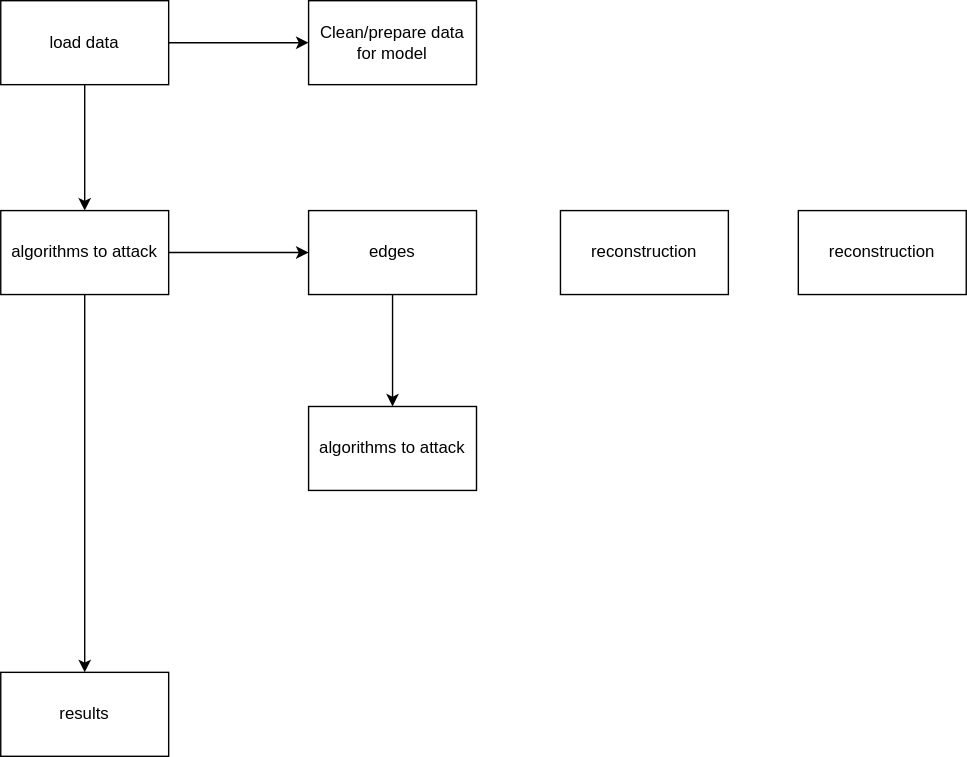
Earlier version of the draw.io export tutorial/Flow.svg (NathanGanesh/siam_roche_institut). Source tidied: cells renumbered, new cells last; positions are measured from the earlier drawing's top-left corner, leaving out a move shared by most shapes.
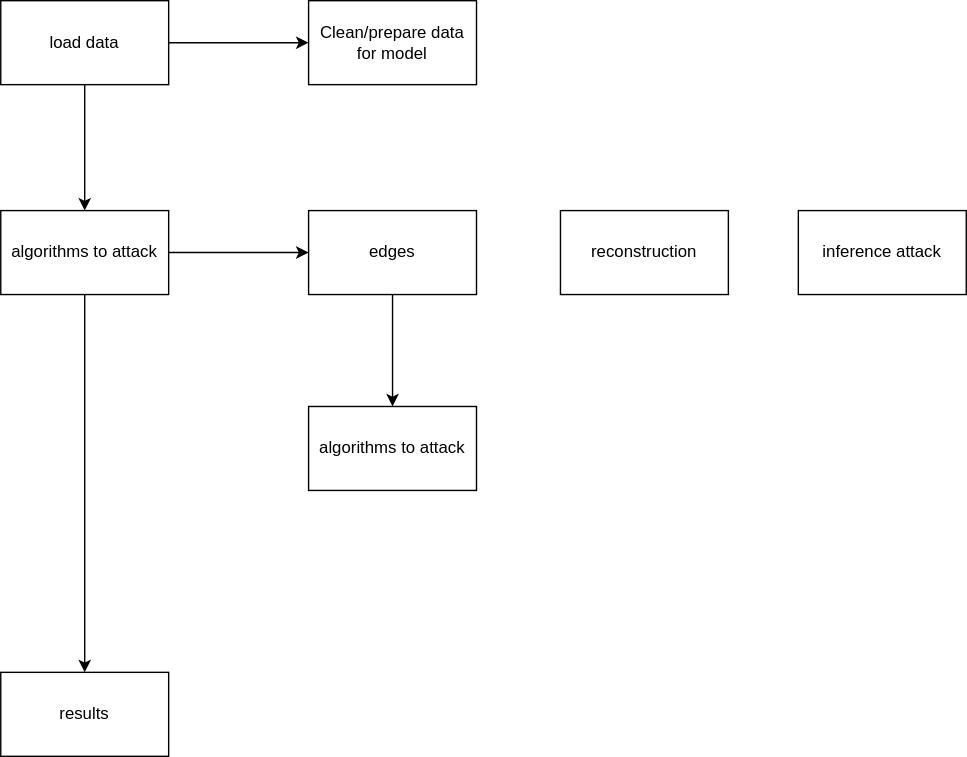
After the commit.

What changed in the source:
```diff
@@ -38,7 +38,7 @@
     <mxCell id="13" value="algorithms to attack" style="whiteSpace=wrap;html=1;rounded=0;" parent="1" vertex="1">
       <mxGeometry x="220" y="290" width="120" height="60" as="geometry" />
     </mxCell>
-    <mxCell id="14" value="reconstruction" style="whiteSpace=wrap;html=1;rounded=0;" parent="1" vertex="1">
+    <mxCell id="14" value="inference attack" style="whiteSpace=wrap;html=1;rounded=0;" parent="1" vertex="1">
       <mxGeometry x="570" y="150" width="120" height="60" as="geometry" />
     </mxCell>
   </root>
```
